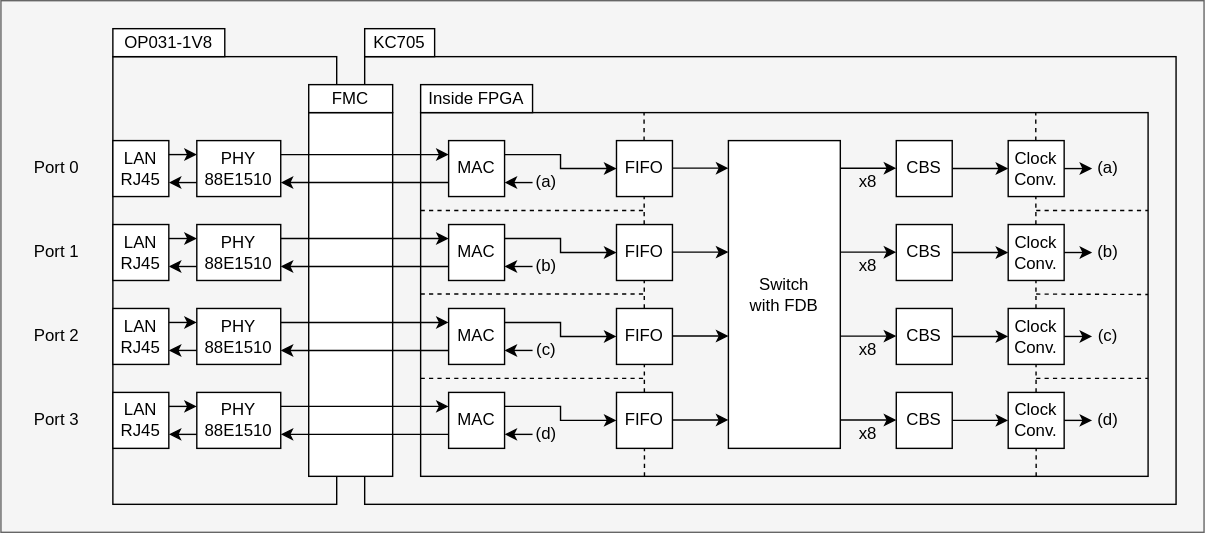
This is docs/cbs-switch/img/overwiew_cbs-switch.drawio.svg from CCIRT/aist-tsn-switch, a draw.io export, as it was before one commit. Source tidied: cells renumbered, new cells last; positions are measured from the earlier drawing's top-left corner, leaving out a move shared by most shapes.
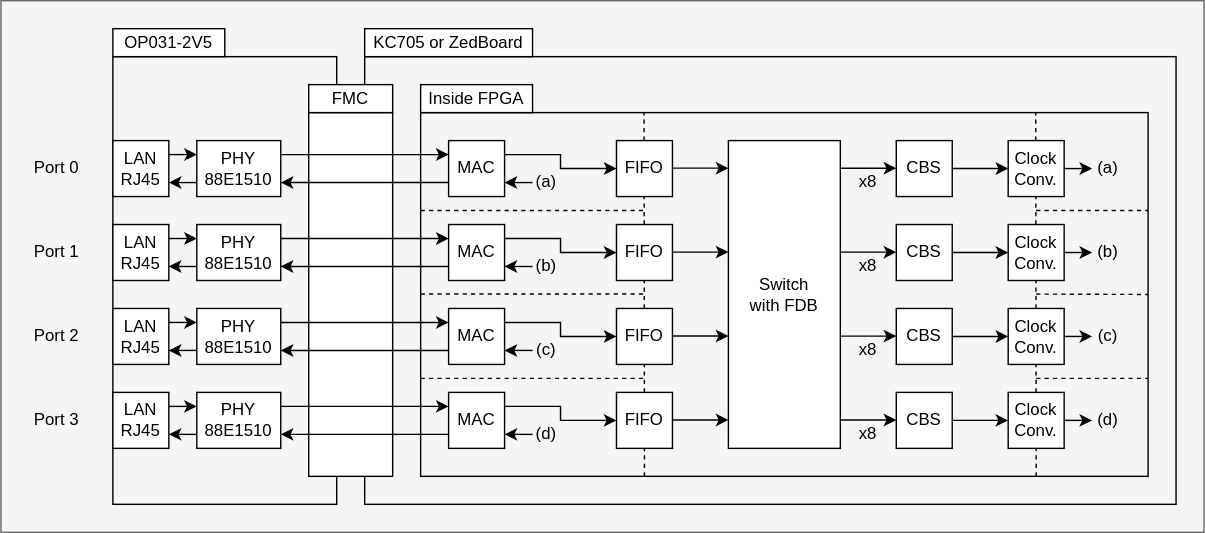
After the change.

The edit, as a diff of the source:
```diff
@@ -1,4 +1,4 @@
-<mxGraphModel>
+<mxGraphModel background="#ffffff">
   <root>
     <mxCell id="0" />
     <mxCell id="1" parent="0" />
@@ -40,10 +40,10 @@
     <mxCell id="10" value="MAC" style="rounded=0;whiteSpace=wrap;html=1;fillColor=default;" parent="1" vertex="1">
       <mxGeometry x="320" y="100" width="40" height="40" as="geometry" />
     </mxCell>
-    <mxCell id="11" value="KC705" style="rounded=0;whiteSpace=wrap;html=1;" parent="1" vertex="1">
-      <mxGeometry x="260" y="20" width="50" height="20" as="geometry" />
+    <mxCell id="11" value="KC705 or ZedBoard" style="rounded=0;whiteSpace=wrap;html=1;" parent="1" vertex="1">
+      <mxGeometry x="260" y="20" width="120" height="20" as="geometry" />
     </mxCell>
-    <mxCell id="12" value="OP031-1V8" style="rounded=0;whiteSpace=wrap;html=1;" parent="1" vertex="1">
+    <mxCell id="12" value="OP031-2V5" style="rounded=0;whiteSpace=wrap;html=1;" parent="1" vertex="1">
       <mxGeometry x="80" y="20" width="80" height="20" as="geometry" />
     </mxCell>
     <mxCell id="13" value="LAN&lt;br&gt;RJ45" style="rounded=0;whiteSpace=wrap;html=1;" parent="1" vertex="1">
```
